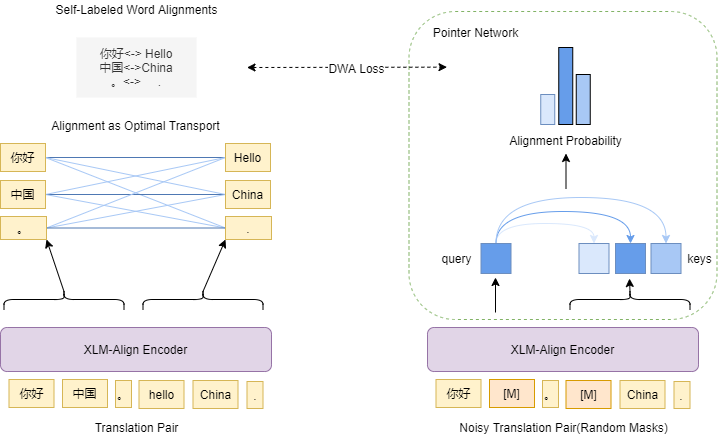
Earlier version of the draw.io export lk.drawio.png (lakomi/pictures). Source tidied: cells renumbered, new cells last; positions are measured from the earlier drawing's top-left corner, leaving out a move shared by most shapes.
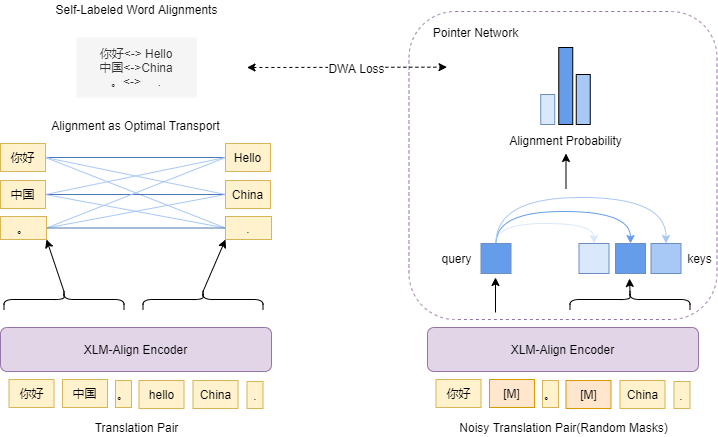
After the change.

The edit, as a diff of the source:
```diff
@@ -2,7 +2,7 @@
   <root>
     <mxCell id="0" />
     <mxCell id="1" parent="0" />
-    <mxCell id="2" style="rounded=1;whiteSpace=wrap;html=1;dashed=1;fillColor=none;strokeColor=#82b366;" parent="1" vertex="1">
+    <mxCell id="2" style="rounded=1;whiteSpace=wrap;html=1;dashed=1;fillColor=none;strokeColor=#9673a6;" parent="1" vertex="1">
       <mxGeometry x="408.5" y="11" width="308" height="308" as="geometry" />
     </mxCell>
     <mxCell id="3" value="XLM-Align Encoder" style="rounded=1;whiteSpace=wrap;html=1;fillColor=#e1d5e7;strokeColor=#9673a6;" parent="1" vertex="1">
```
